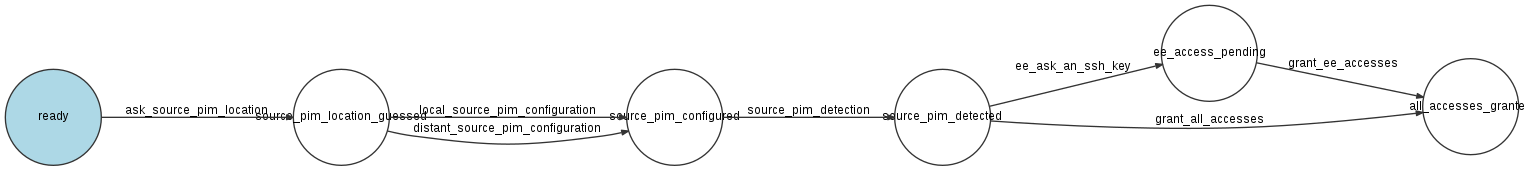
akeneo/transporteo keeps this Graphviz diagram as stateMachineMigrationTool.png. Above is the earlier version. Its source is kept beside it as stateMachineMigrationTool.dot.
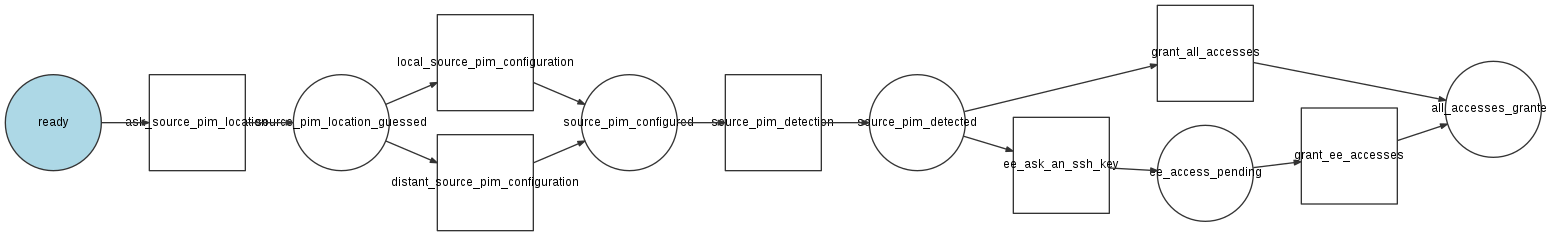
After the commit.

Change to the diagram source:
```diff
@@ -9,11 +9,25 @@
   place_source_pim_detected [label="source_pim_detected", shape=circle];
   place_ee_access_pending [label="ee_access_pending", shape=circle];
   place_all_accesses_granted [label="all_accesses_granted", shape=circle];
-  place_ready -> place_source_pim_location_guessed [label="ask_source_pim_location" style="solid"];
-  place_source_pim_location_guessed -> place_source_pim_configured [label="local_source_pim_configuration" style="solid"];
-  place_source_pim_location_guessed -> place_source_pim_configured [label="distant_source_pim_configuration" style="solid"];
-  place_source_pim_configured -> place_source_pim_detected [label="source_pim_detection" style="solid"];
-  place_source_pim_detected -> place_all_accesses_granted [label="grant_all_accesses" style="solid"];
-  place_source_pim_detected -> place_ee_access_pending [label="ee_ask_an_ssh_key" style="solid"];
-  place_ee_access_pending -> place_all_accesses_granted [label="grant_ee_accesses" style="solid"];
+  transition_ask_source_pim_location [label="ask_source_pim_location", shape=box, shape="box", regular="1"];
+  transition_local_source_pim_configuration [label="local_source_pim_configuration", shape=box, shape="box", regular="1"];
+  transition_distant_source_pim_configuration [label="distant_source_pim_configuration", shape=box, shape="box", regular="1"];
+  transition_source_pim_detection [label="source_pim_detection", shape=box, shape="box", regular="1"];
+  transition_grant_all_accesses [label="grant_all_accesses", shape=box, shape="box", regular="1"];
+  transition_ee_ask_an_ssh_key [label="ee_ask_an_ssh_key", shape=box, shape="box", regular="1"];
+  transition_grant_ee_accesses [label="grant_ee_accesses", shape=box, shape="box", regular="1"];
+  place_ready -> transition_ask_source_pim_location [style="solid"];
+  transition_ask_source_pim_location -> place_source_pim_location_guessed [style="solid"];
+  place_source_pim_location_guessed -> transition_local_source_pim_configuration [style="solid"];
+  transition_local_source_pim_configuration -> place_source_pim_configured [style="solid"];
+  place_source_pim_location_guessed -> transition_distant_source_pim_configuration [style="solid"];
+  transition_distant_source_pim_configuration -> place_source_pim_configured [style="solid"];
+  place_source_pim_configured -> transition_source_pim_detection [style="solid"];
+  transition_source_pim_detection -> place_source_pim_detected [style="solid"];
+  place_source_pim_detected -> transition_grant_all_accesses [style="solid"];
+  transition_grant_all_accesses -> place_all_accesses_granted [style="solid"];
+  place_source_pim_detected -> transition_ee_ask_an_ssh_key [style="solid"];
+  transition_ee_ask_an_ssh_key -> place_ee_access_pending [style="solid"];
+  place_ee_access_pending -> transition_grant_ee_accesses [style="solid"];
+  transition_grant_ee_accesses -> place_all_accesses_granted [style="solid"];
 }
```
